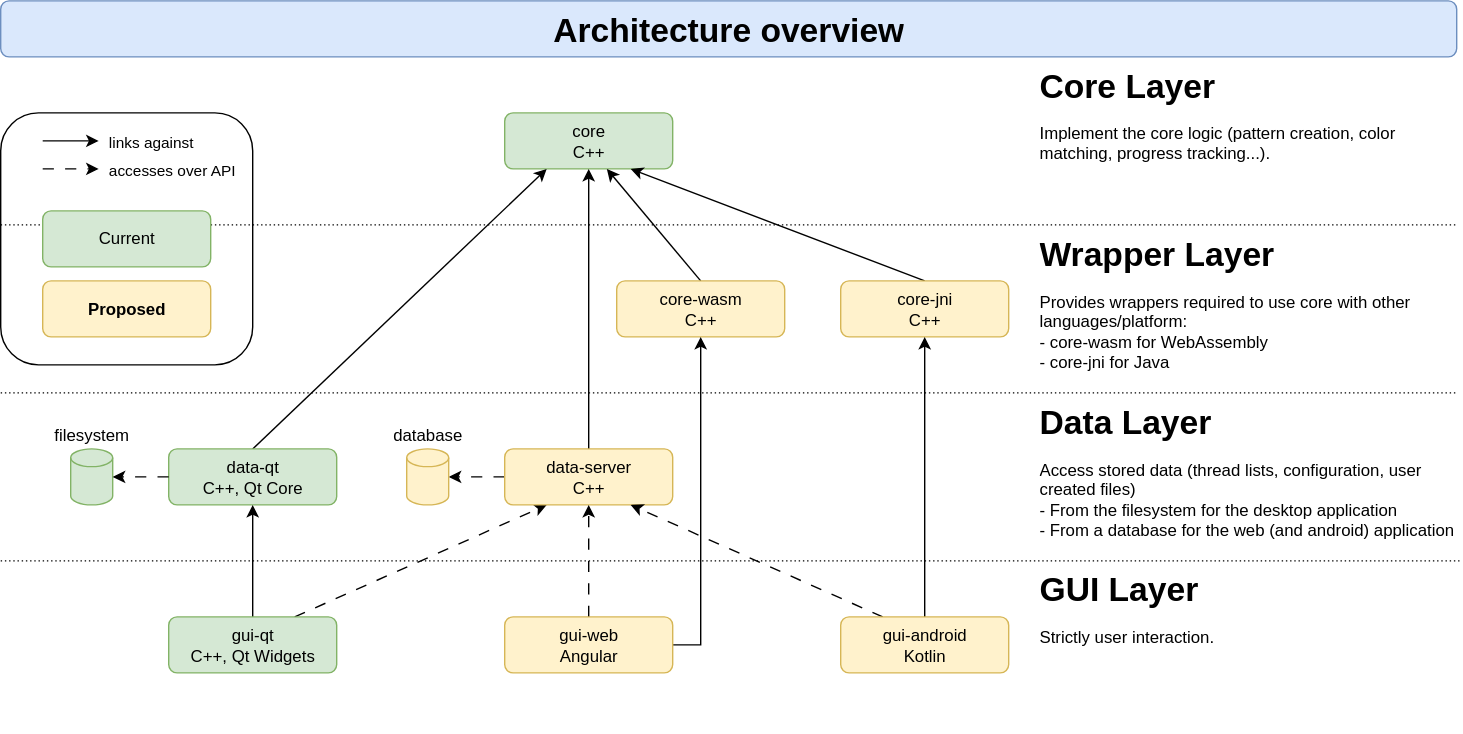
Above: doc/architecture-overview.svg in polletfa/Kreuzstich (draw.io), before the change. Source tidied: cells renumbered, new cells last; positions are measured from the earlier drawing's top-left corner, leaving out a move shared by most shapes.
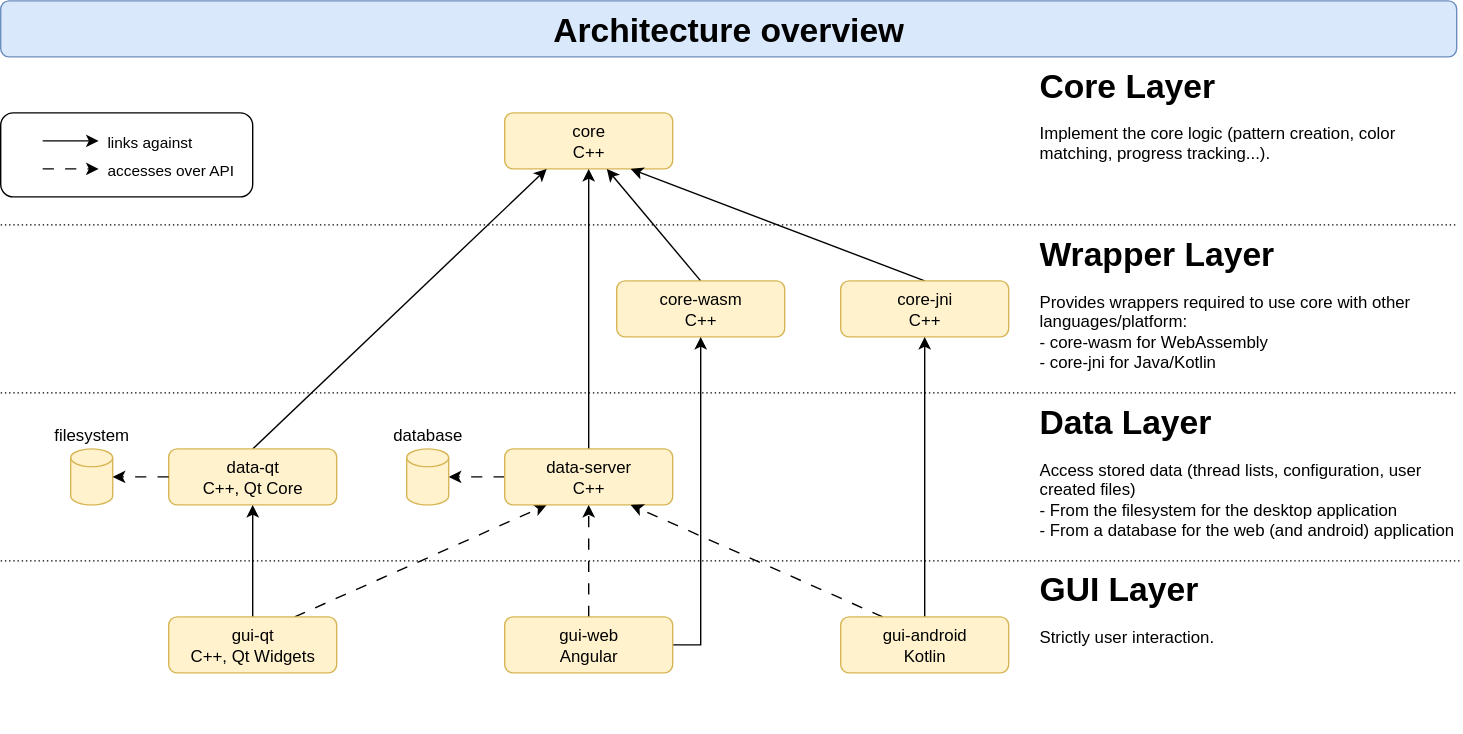
The same file after the commit.

What changed in the source:
```diff
@@ -3,15 +3,15 @@
     <mxCell id="0" />
     <mxCell id="1" parent="0" />
     <mxCell id="2" style="rounded=1;whiteSpace=wrap;html=1;fillColor=default;" parent="1" vertex="1">
-      <mxGeometry y="80" width="180" height="180" as="geometry" />
+      <mxGeometry y="80" width="180" height="60" as="geometry" />
     </mxCell>
-    <mxCell id="3" value="core&lt;div&gt;C++&lt;/div&gt;" style="rounded=1;whiteSpace=wrap;html=1;fillColor=#d5e8d4;strokeColor=#82b366;" parent="1" vertex="1">
+    <mxCell id="3" value="core&lt;div&gt;C++&lt;/div&gt;" style="rounded=1;whiteSpace=wrap;html=1;fillColor=#fff2cc;strokeColor=#d6b656;" parent="1" vertex="1">
       <mxGeometry x="360" y="80" width="120" height="40" as="geometry" />
     </mxCell>
     <mxCell id="4" style="edgeStyle=none;rounded=0;jettySize=auto;html=1;exitX=0.5;exitY=0;exitDx=0;exitDy=0;entryX=0.25;entryY=1;entryDx=0;entryDy=0;" parent="1" edge="1" source="5" target="3">
       <mxGeometry relative="1" as="geometry" />
     </mxCell>
-    <mxCell id="5" value="data-qt&lt;div&gt;C++, Qt Core&lt;/div&gt;" style="rounded=1;whiteSpace=wrap;html=1;fillColor=#d5e8d4;strokeColor=#82b366;" parent="1" vertex="1">
+    <mxCell id="5" value="data-qt&lt;div&gt;C++, Qt Core&lt;/div&gt;" style="rounded=1;whiteSpace=wrap;html=1;fillColor=#fff2cc;strokeColor=#d6b656;" parent="1" vertex="1">
       <mxGeometry x="120" y="320" width="120" height="40" as="geometry" />
     </mxCell>
     <mxCell id="6" style="edgeStyle=none;rounded=0;jettySize=auto;html=1;exitX=0.5;exitY=0;exitDx=0;exitDy=0;entryX=0.5;entryY=1;entryDx=0;entryDy=0;" parent="1" edge="1" source="8" target="5">
@@ -20,7 +20,7 @@
     <mxCell id="7" style="edgeStyle=none;rounded=0;jettySize=auto;html=1;exitX=0.75;exitY=0;exitDx=0;exitDy=0;entryX=0.25;entryY=1;entryDx=0;entryDy=0;dashed=1;dashPattern=8 8;" parent="1" edge="1" source="8" target="13">
       <mxGeometry relative="1" as="geometry" />
     </mxCell>
-    <mxCell id="8" value="gui-qt&lt;div&gt;C++, Qt Widgets&lt;/div&gt;" style="rounded=1;whiteSpace=wrap;html=1;fillColor=#d5e8d4;strokeColor=#82b366;" parent="1" vertex="1">
+    <mxCell id="8" value="gui-qt&lt;div&gt;C++, Qt Widgets&lt;/div&gt;" style="rounded=1;whiteSpace=wrap;html=1;fillColor=#fff2cc;strokeColor=#d6b656;" parent="1" vertex="1">
       <mxGeometry x="120" y="440" width="120" height="40" as="geometry" />
     </mxCell>
     <mxCell id="9" style="rounded=0;jettySize=auto;html=1;exitX=0.5;exitY=0;exitDx=0;exitDy=0;entryX=0.608;entryY=1;entryDx=0;entryDy=0;entryPerimeter=0;" parent="1" edge="1" source="10" target="3">
@@ -66,7 +66,7 @@
     <mxCell id="21" value="gui-android&lt;div&gt;Kotlin&lt;/div&gt;" style="rounded=1;whiteSpace=wrap;html=1;fillColor=#fff2cc;strokeColor=#d6b656;" parent="1" vertex="1">
       <mxGeometry x="600" y="440" width="120" height="40" as="geometry" />
     </mxCell>
-    <mxCell id="22" value="&lt;div&gt;&lt;span style=&quot;background-color: transparent; color: light-dark(rgb(0, 0, 0), rgb(255, 255, 255));&quot;&gt;filesystem&lt;/span&gt;&lt;/div&gt;&lt;div&gt;&lt;span style=&quot;background-color: transparent; color: light-dark(rgb(0, 0, 0), rgb(255, 255, 255));&quot;&gt;&lt;br&gt;&lt;/span&gt;&lt;/div&gt;&lt;div&gt;&lt;span style=&quot;background-color: transparent; color: light-dark(rgb(0, 0, 0), rgb(255, 255, 255));&quot;&gt;&lt;br&gt;&lt;/span&gt;&lt;/div&gt;&lt;div&gt;&lt;span style=&quot;background-color: transparent; color: light-dark(rgb(0, 0, 0), rgb(255, 255, 255));&quot;&gt;&lt;br&gt;&lt;/span&gt;&lt;/div&gt;&lt;div&gt;&lt;span style=&quot;background-color: transparent; color: light-dark(rgb(0, 0, 0), rgb(255, 255, 255));&quot;&gt;&lt;br&gt;&lt;/span&gt;&lt;/div&gt;&lt;div&gt;&lt;span style=&quot;background-color: transparent; color: light-dark(rgb(0, 0, 0), rgb(255, 255, 255));&quot;&gt;&lt;br&gt;&lt;/span&gt;&lt;/div&gt;" style="shape=cylinder3;whiteSpace=wrap;html=1;boundedLbl=1;backgroundOutline=1;size=6.333333333333343;fillColor=#d5e8d4;strokeColor=#82b366;" parent="1" vertex="1">
+    <mxCell id="22" value="&lt;div&gt;&lt;span style=&quot;background-color: transparent; color: light-dark(rgb(0, 0, 0), rgb(255, 255, 255));&quot;&gt;filesystem&lt;/span&gt;&lt;/div&gt;&lt;div&gt;&lt;span style=&quot;background-color: transparent; color: light-dark(rgb(0, 0, 0), rgb(255, 255, 255));&quot;&gt;&lt;br&gt;&lt;/span&gt;&lt;/div&gt;&lt;div&gt;&lt;span style=&quot;background-color: transparent; color: light-dark(rgb(0, 0, 0), rgb(255, 255, 255));&quot;&gt;&lt;br&gt;&lt;/span&gt;&lt;/div&gt;&lt;div&gt;&lt;span style=&quot;background-color: transparent; color: light-dark(rgb(0, 0, 0), rgb(255, 255, 255));&quot;&gt;&lt;br&gt;&lt;/span&gt;&lt;/div&gt;&lt;div&gt;&lt;span style=&quot;background-color: transparent; color: light-dark(rgb(0, 0, 0), rgb(255, 255, 255));&quot;&gt;&lt;br&gt;&lt;/span&gt;&lt;/div&gt;&lt;div&gt;&lt;span style=&quot;background-color: transparent; color: light-dark(rgb(0, 0, 0), rgb(255, 255, 255));&quot;&gt;&lt;br&gt;&lt;/span&gt;&lt;/div&gt;" style="shape=cylinder3;whiteSpace=wrap;html=1;boundedLbl=1;backgroundOutline=1;size=6.333333333333343;fillColor=#fff2cc;strokeColor=#d6b656;" parent="1" vertex="1">
       <mxGeometry x="50" y="320" width="30" height="40" as="geometry" />
     </mxCell>
     <mxCell id="23" value="&lt;div&gt;&lt;span style=&quot;background-color: transparent; color: light-dark(rgb(0, 0, 0), rgb(255, 255, 255));&quot;&gt;database&lt;/span&gt;&lt;/div&gt;&lt;div&gt;&lt;span style=&quot;background-color: transparent; color: light-dark(rgb(0, 0, 0), rgb(255, 255, 255));&quot;&gt;&lt;br&gt;&lt;/span&gt;&lt;/div&gt;&lt;div&gt;&lt;span style=&quot;background-color: transparent; color: light-dark(rgb(0, 0, 0), rgb(255, 255, 255));&quot;&gt;&lt;br&gt;&lt;/span&gt;&lt;/div&gt;&lt;div&gt;&lt;span style=&quot;background-color: transparent; color: light-dark(rgb(0, 0, 0), rgb(255, 255, 255));&quot;&gt;&lt;br&gt;&lt;/span&gt;&lt;/div&gt;&lt;div&gt;&lt;span style=&quot;background-color: transparent; color: light-dark(rgb(0, 0, 0), rgb(255, 255, 255));&quot;&gt;&lt;br&gt;&lt;/span&gt;&lt;/div&gt;&lt;div&gt;&lt;span style=&quot;background-color: transparent; color: light-dark(rgb(0, 0, 0), rgb(255, 255, 255));&quot;&gt;&lt;br&gt;&lt;/span&gt;&lt;/div&gt;" style="shape=cylinder3;whiteSpace=wrap;html=1;boundedLbl=1;backgroundOutline=1;size=6.333333333333343;fillColor=#fff2cc;strokeColor=#d6b656;" parent="1" vertex="1">
@@ -118,7 +118,7 @@
     <mxCell id="32" value="&lt;h1 style=&quot;margin-top: 0px; margin-bottom: 0px;&quot;&gt;&lt;font&gt;Core Layer&lt;/font&gt;&lt;/h1&gt;&lt;p&gt;Implement the core logic (pattern creation, color matching, progress tracking...).&lt;/p&gt;" style="text;html=1;whiteSpace=wrap;overflow=hidden;rounded=0;" parent="1" vertex="1">
       <mxGeometry x="740" y="40" width="300" height="120" as="geometry" />
     </mxCell>
-    <mxCell id="33" value="&lt;h1 style=&quot;margin-top: 0px; margin-bottom: 0px;&quot;&gt;&lt;font&gt;Wrapper Layer&lt;/font&gt;&lt;/h1&gt;&lt;p&gt;Provides wrappers required to use core with other languages/platform:&lt;br&gt;- core-wasm for WebAssembly&lt;br&gt;- core-jni for Java&lt;/p&gt;" style="text;html=1;whiteSpace=wrap;overflow=hidden;rounded=0;" parent="1" vertex="1">
+    <mxCell id="33" value="&lt;h1 style=&quot;margin-top: 0px; margin-bottom: 0px;&quot;&gt;&lt;font&gt;Wrapper Layer&lt;/font&gt;&lt;/h1&gt;&lt;p&gt;Provides wrappers required to use core with other languages/platform:&lt;br&gt;- core-wasm for WebAssembly&lt;br&gt;- core-jni for Java/Kotlin&lt;/p&gt;" style="text;html=1;whiteSpace=wrap;overflow=hidden;rounded=0;" parent="1" vertex="1">
       <mxGeometry x="740" y="160" width="300" height="120" as="geometry" />
     </mxCell>
     <mxCell id="34" value="&lt;h1 style=&quot;margin-top: 0px; margin-bottom: 0px;&quot;&gt;&lt;font&gt;Data Layer&lt;/font&gt;&lt;/h1&gt;&lt;p&gt;Access stored data (thread lists, configuration, user created files)&lt;br&gt;- From the filesystem for the desktop application&lt;br&gt;- From a database for the web (and android) application&lt;/p&gt;" style="text;html=1;whiteSpace=wrap;overflow=hidden;rounded=0;" parent="1" vertex="1">
@@ -127,14 +127,11 @@
     <mxCell id="35" value="&lt;h1 style=&quot;margin-top: 0px; margin-bottom: 0px;&quot;&gt;&lt;font&gt;GUI Layer&lt;/font&gt;&lt;/h1&gt;&lt;p&gt;Strictly user interaction.&lt;/p&gt;" style="text;html=1;whiteSpace=wrap;overflow=hidden;rounded=0;" parent="1" vertex="1">
       <mxGeometry x="740" y="400" width="300" height="120" as="geometry" />
     </mxCell>
-    <mxCell id="36" value="Current" style="rounded=1;whiteSpace=wrap;html=1;fillColor=#d5e8d4;strokeColor=#82b366;" parent="1" vertex="1">
-      <mxGeometry x="30" y="150" width="120" height="40" as="geometry" />
-    </mxCell>
-    <mxCell id="37" value="&lt;b&gt;Proposed&lt;/b&gt;" style="rounded=1;whiteSpace=wrap;html=1;fillColor=#fff2cc;strokeColor=#d6b656;" parent="1" vertex="1">
-      <mxGeometry x="30" y="200" width="120" height="40" as="geometry" />
-    </mxCell>
     <mxCell id="38" value="&lt;h1 style=&quot;margin-top: 0px;&quot;&gt;Architecture overview&lt;/h1&gt;" style="text;html=1;whiteSpace=wrap;overflow=hidden;rounded=1;strokeColor=#6c8ebf;align=center;fillColor=#dae8fc;" parent="1" vertex="1">
       <mxGeometry width="1040" height="40" as="geometry" />
     </mxCell>
+    <mxCell id="39" style="edgeStyle=orthogonalEdgeStyle;rounded=0;orthogonalLoop=1;jettySize=auto;html=1;exitX=0.5;exitY=1;exitDx=0;exitDy=0;" parent="1" edge="1" source="2" target="2">
+      <mxGeometry relative="1" as="geometry" />
+    </mxCell>
   </root>
 </mxGraphModel>
```
